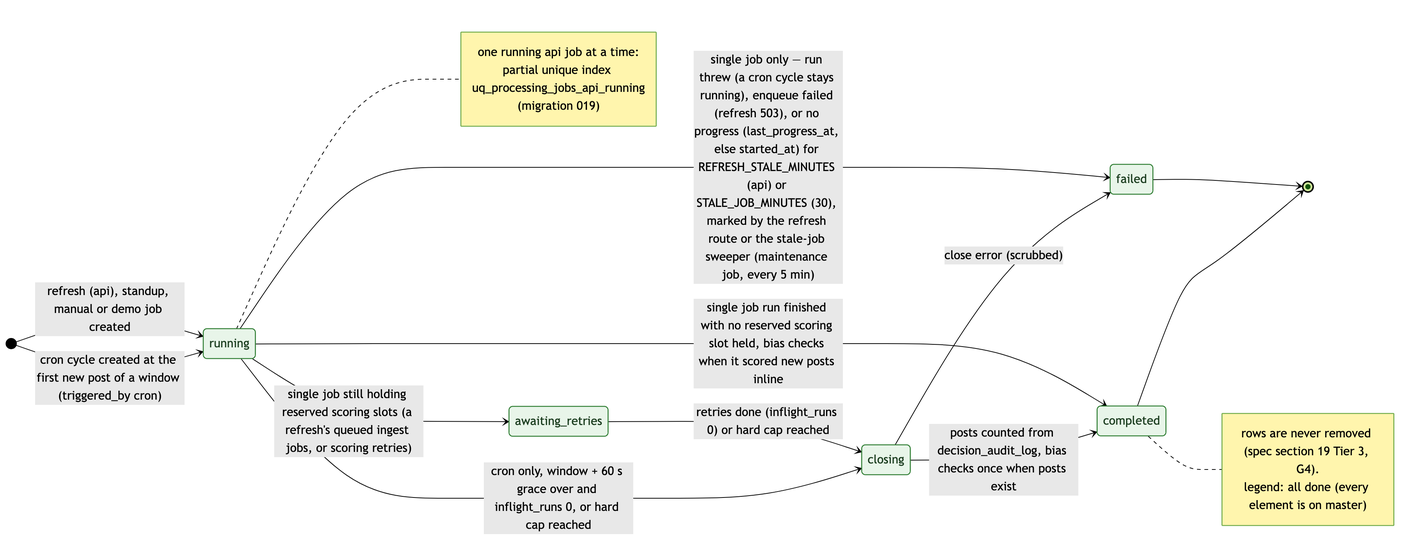
jennifer-mckinney/pulse-of-ai keeps this Mermaid diagram as docs/diagrams/states/processing-job-lifecycle.png. Above is the earlier version. Its source is kept beside it as docs/diagrams/states/processing-job-lifecycle.mmd.
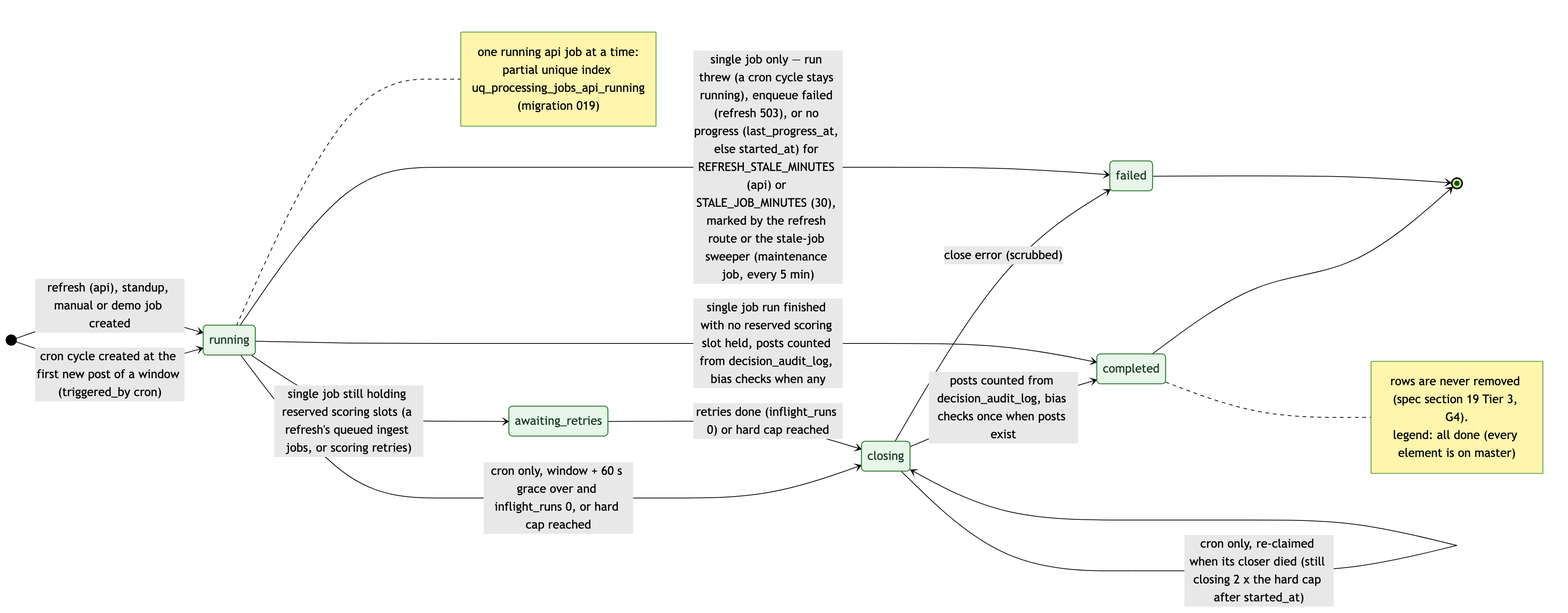
After the commit.

Diff of the diagram source:
```diff
@@ -13,8 +13,9 @@
   running --> closing : cron only, window + 60 s grace over and inflight_runs 0, or hard cap reached
   closing --> completed : posts counted from decision_audit_log, bias checks once when posts exist
   closing --> failed : close error (scrubbed)
+  closing --> closing : cron only, re-claimed when its closer died (still closing 2 x the hard cap after started_at)
 
-  running --> completed : single job run finished with no reserved scoring slot held, bias checks when it scored new posts inline
+  running --> completed : single job run finished with no reserved scoring slot held, posts counted from decision_audit_log, bias checks when any
   running --> awaiting : single job still holding reserved scoring slots (a refresh's queued ingest jobs, or scoring retries)
   awaiting --> closing : retries done (inflight_runs 0) or hard cap reached
   running --> failed : single job only — run threw (a cron cycle stays running), enqueue failed (refresh 503), or no progress (last_progress_at, else started_at) for REFRESH_STALE_MINUTES (api) or STALE_JOB_MINUTES (30), marked by the refresh route or the stale-job sweeper (maintenance job, every 5 min)
```
